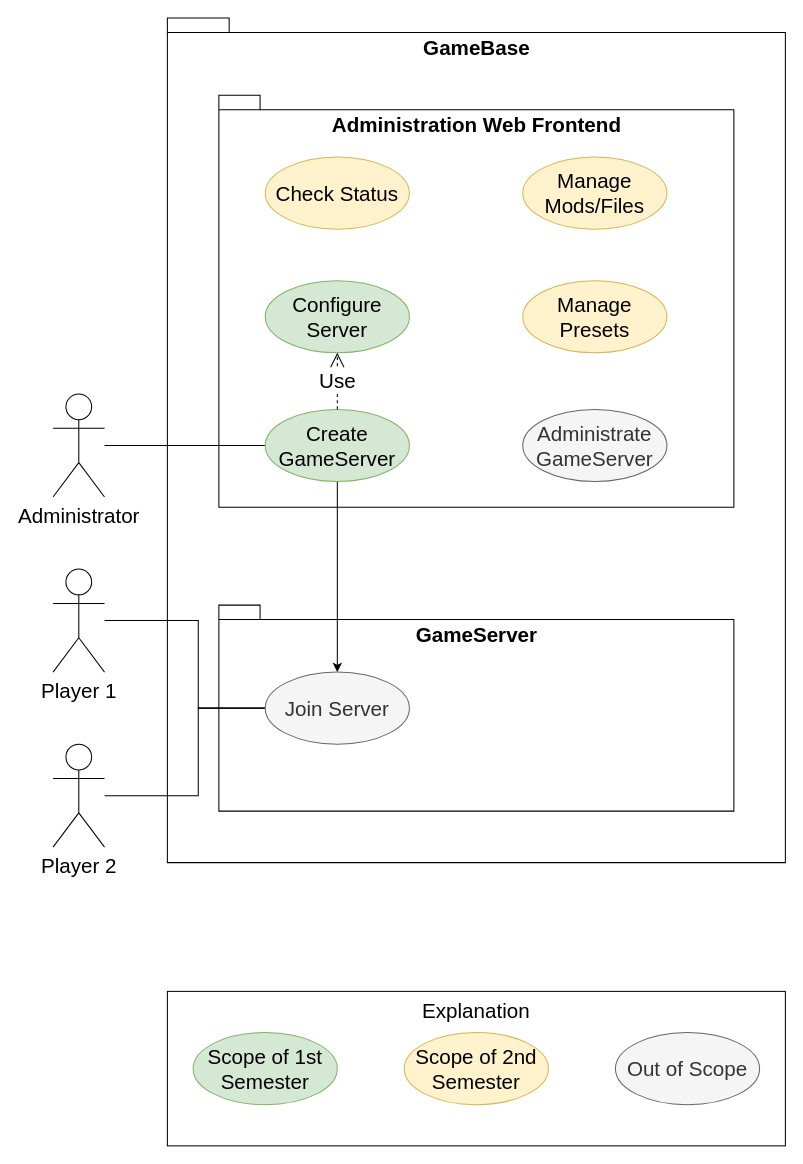
GameBaseDE/documentation keeps this draw.io diagram as requirements/Use_Case_Diagramm.drawio. Above is the earlier version. Source tidied: cells renumbered, new cells numbered last; positions are measured from the earlier drawing's top-left corner, leaving out a move shared by most shapes. Both pictures are drawn from the tidied source at 103%, with x=0, y=0 at pixel (53, 18).
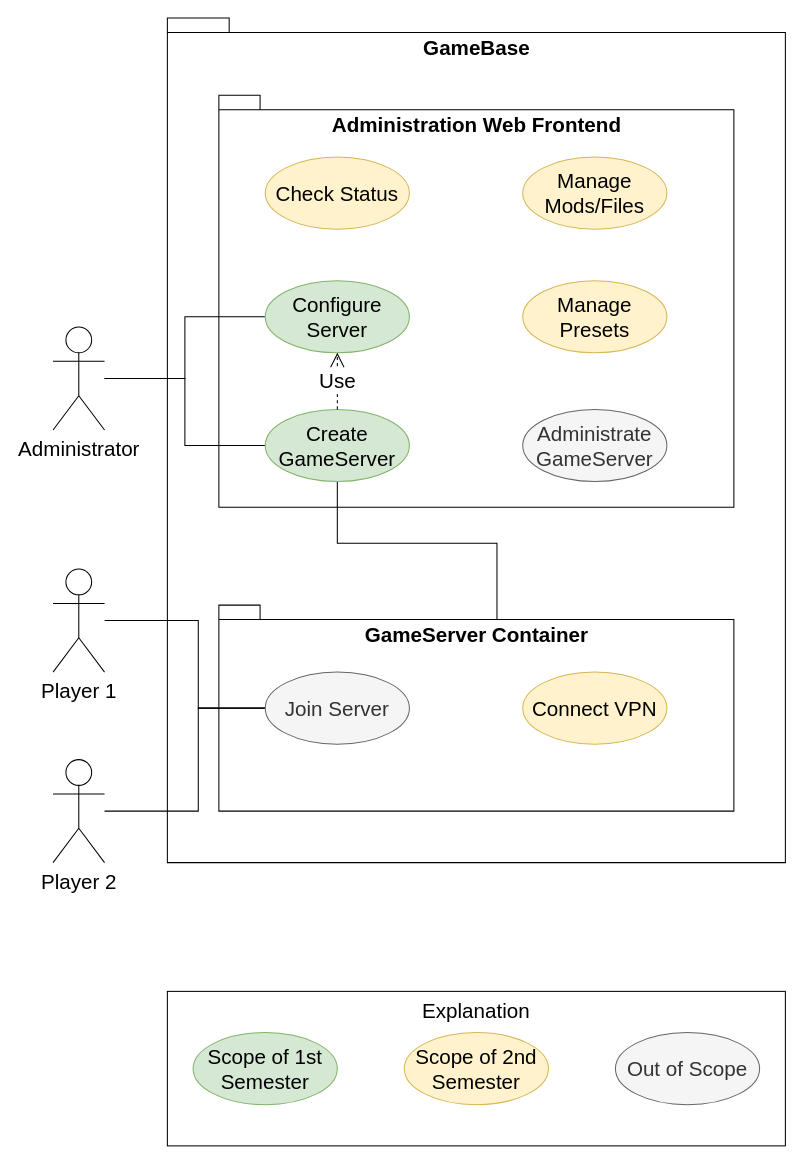
The same page after the edit.

Commit message (it also covers changes not shown here):
Update Use Case Diagramm

The change refers to these unchanged cells:
```xml
<mxCell id="11" value="&lt;div&gt;Join Server&lt;/div&gt;" style="ellipse;whiteSpace=wrap;html=1;fontSize=20;fillColor=#f5f5f5;strokeColor=#666666;fontColor=#333333;" parent="1" vertex="1">
  <mxGeometry x="206" y="635" width="140" height="70" as="geometry" />
</mxCell>
<mxCell id="13" value="Create GameServer" style="ellipse;whiteSpace=wrap;html=1;fontSize=20;fillColor=#d5e8d4;strokeColor=#82b366;" parent="1" vertex="1">
  <mxGeometry x="206" y="380" width="140" height="70" as="geometry" />
</mxCell>
<mxCell id="14" value="Configure Server" style="ellipse;whiteSpace=wrap;html=1;fontSize=20;fillColor=#d5e8d4;strokeColor=#82b366;" parent="1" vertex="1">
  <mxGeometry x="206" y="255" width="140" height="70" as="geometry" />
</mxCell>
```

What changed in the source:
```diff
@@
-    <mxCell id="3" value="GameServer" style="shape=folder;fontStyle=1;spacingTop=10;tabWidth=40;tabHeight=14;tabPosition=left;html=1;horizontal=1;verticalAlign=top;fontSize=20;" parent="1" vertex="1">
+    <mxCell id="3" value="GameServer Container" style="shape=folder;fontStyle=1;spacingTop=10;tabWidth=40;tabHeight=14;tabPosition=left;html=1;horizontal=1;verticalAlign=top;fontSize=20;" parent="1" vertex="1">
       <mxGeometry x="161" y="570" width="500" height="200" as="geometry" />
     </mxCell>
@@
-    <mxCell id="5" style="edgeStyle=orthogonalEdgeStyle;rounded=0;jettySize=auto;html=1;entryX=0;entryY=0.5;entryDx=0;entryDy=0;endArrow=none;endFill=0;fontSize=20;" parent="1" edge="1" source="6" target="13">
+    <mxCell id="5" style="edgeStyle=orthogonalEdgeStyle;rounded=0;jettySize=auto;html=1;endArrow=none;endFill=0;entryX=0;entryY=0.5;entryDx=0;entryDy=0;" parent="1" edge="1" source="6" target="13">
       <mxGeometry relative="1" as="geometry" />
     </mxCell>
+    <mxCell id="24" style="edgeStyle=orthogonalEdgeStyle;rounded=0;jettySize=auto;html=1;entryX=0;entryY=0.5;entryDx=0;entryDy=0;endArrow=none;endFill=0;" parent="1" edge="1" source="6" target="14">
+      <mxGeometry relative="1" as="geometry" />
+    </mxCell>
     <mxCell id="6" value="&lt;font style=&quot;font-size: 20px&quot;&gt;Administrator&lt;/font&gt;" style="shape=umlActor;verticalLabelPosition=bottom;labelBackgroundColor=#ffffff;verticalAlign=top;html=1;align=center;" parent="1" vertex="1">
-      <mxGeometry y="365" width="50" height="100" as="geometry" />
+      <mxGeometry y="300" width="50" height="100" as="geometry" />
     </mxCell>
@@
-    <mxCell id="9" style="edgeStyle=orthogonalEdgeStyle;rounded=0;jettySize=auto;html=1;entryX=0;entryY=0.5;entryDx=0;entryDy=0;fontSize=20;endArrow=none;endFill=0;" parent="1" edge="1" source="10" target="11">
+    <mxCell id="9" style="edgeStyle=orthogonalEdgeStyle;rounded=0;jettySize=auto;html=1;entryX=0;entryY=0.5;entryDx=0;entryDy=0;endArrow=none;endFill=0;" parent="1" edge="1" source="10" target="11">
       <mxGeometry relative="1" as="geometry">
         <Array as="points">
-          <mxPoint x="141" y="755" />
+          <mxPoint x="141" y="770" />
           <mxPoint x="141" y="670" />
         </Array>
       </mxGeometry>
     </mxCell>
     <mxCell id="10" value="&lt;font style=&quot;font-size: 20px&quot;&gt;Player 2&lt;/font&gt;" style="shape=umlActor;verticalLabelPosition=bottom;labelBackgroundColor=#ffffff;verticalAlign=top;html=1;" parent="1" vertex="1">
-      <mxGeometry y="705" width="50" height="100" as="geometry" />
+      <mxGeometry y="720" width="50" height="100" as="geometry" />
     </mxCell>
@@
-    <mxCell id="12" style="edgeStyle=orthogonalEdgeStyle;rounded=0;jettySize=auto;html=1;exitX=0.5;exitY=1;exitDx=0;exitDy=0;entryX=0.5;entryY=0;entryDx=0;entryDy=0;fontSize=20;" parent="1" edge="1" source="13" target="11">
-      <mxGeometry relative="1" as="geometry" />
-    </mxCell>
+    <mxCell id="25" style="edgeStyle=orthogonalEdgeStyle;rounded=0;jettySize=auto;html=1;exitX=0.5;exitY=1;exitDx=0;exitDy=0;entryX=0;entryY=0;entryDx=270;entryDy=14;entryPerimeter=0;endArrow=none;endFill=0;" parent="1" edge="1" source="13" target="3">
+      <mxGeometry relative="1" as="geometry" />
+    </mxCell>
@@
+    <mxCell id="26" value="&lt;div&gt;Connect VPN&lt;/div&gt;" style="ellipse;whiteSpace=wrap;html=1;fontSize=20;align=center;fillColor=#fff2cc;strokeColor=#d6b656;" parent="1" vertex="1">
+      <mxGeometry x="456" y="635" width="140" height="70" as="geometry" />
+    </mxCell>
```
